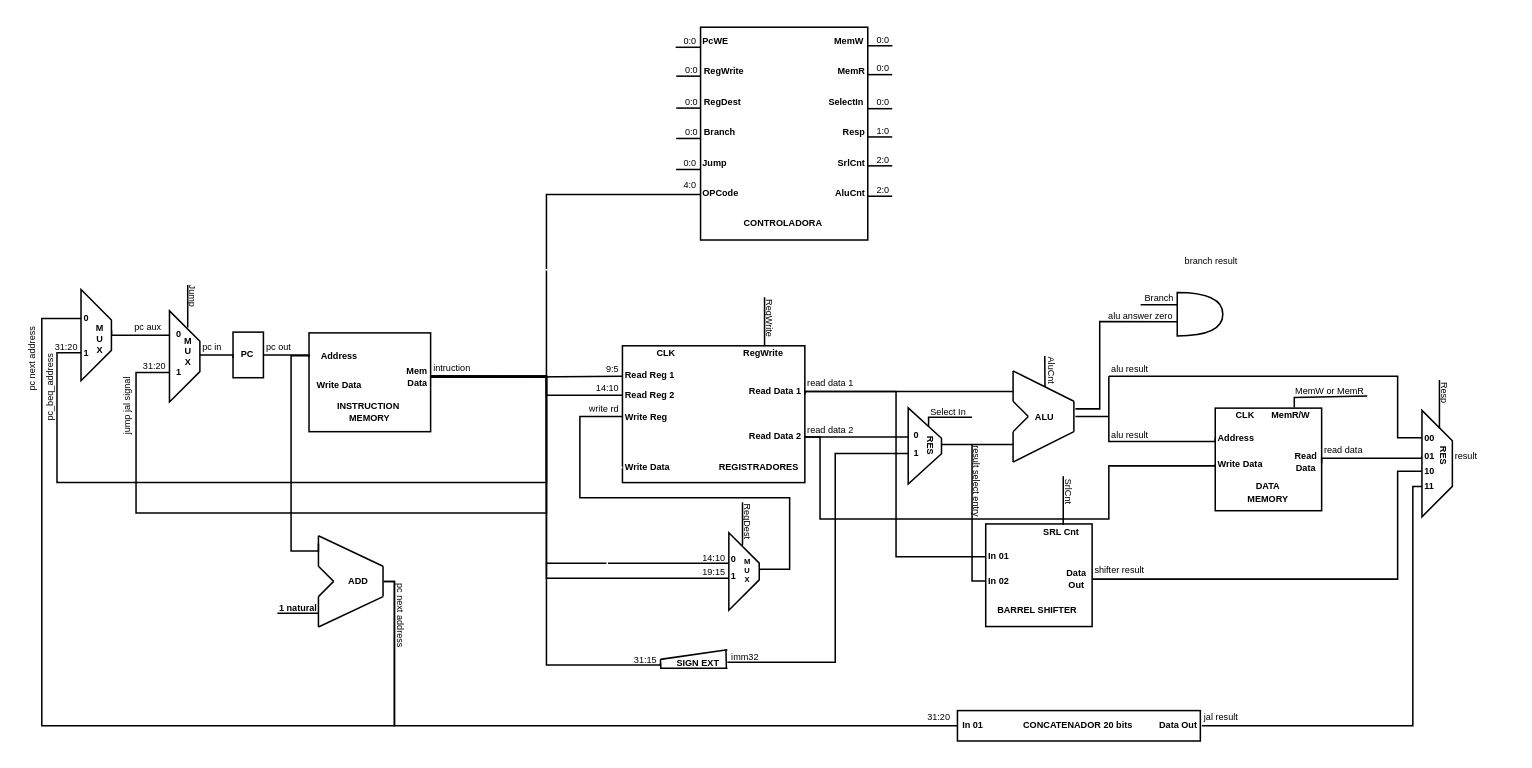
RodolfoLessa/risc-v_basead_CPU keeps this draw.io diagram as Processador Ciclo Unico/Data Path.drawio. Above is the earlier version. Source tidied: cells renumbered, new cells numbered last; positions are measured from the earlier drawing's top-left corner, leaving out a move shared by most shapes. Both pictures are drawn from the tidied source at 152%, with x=0, y=0 at pixel (-8, 26).
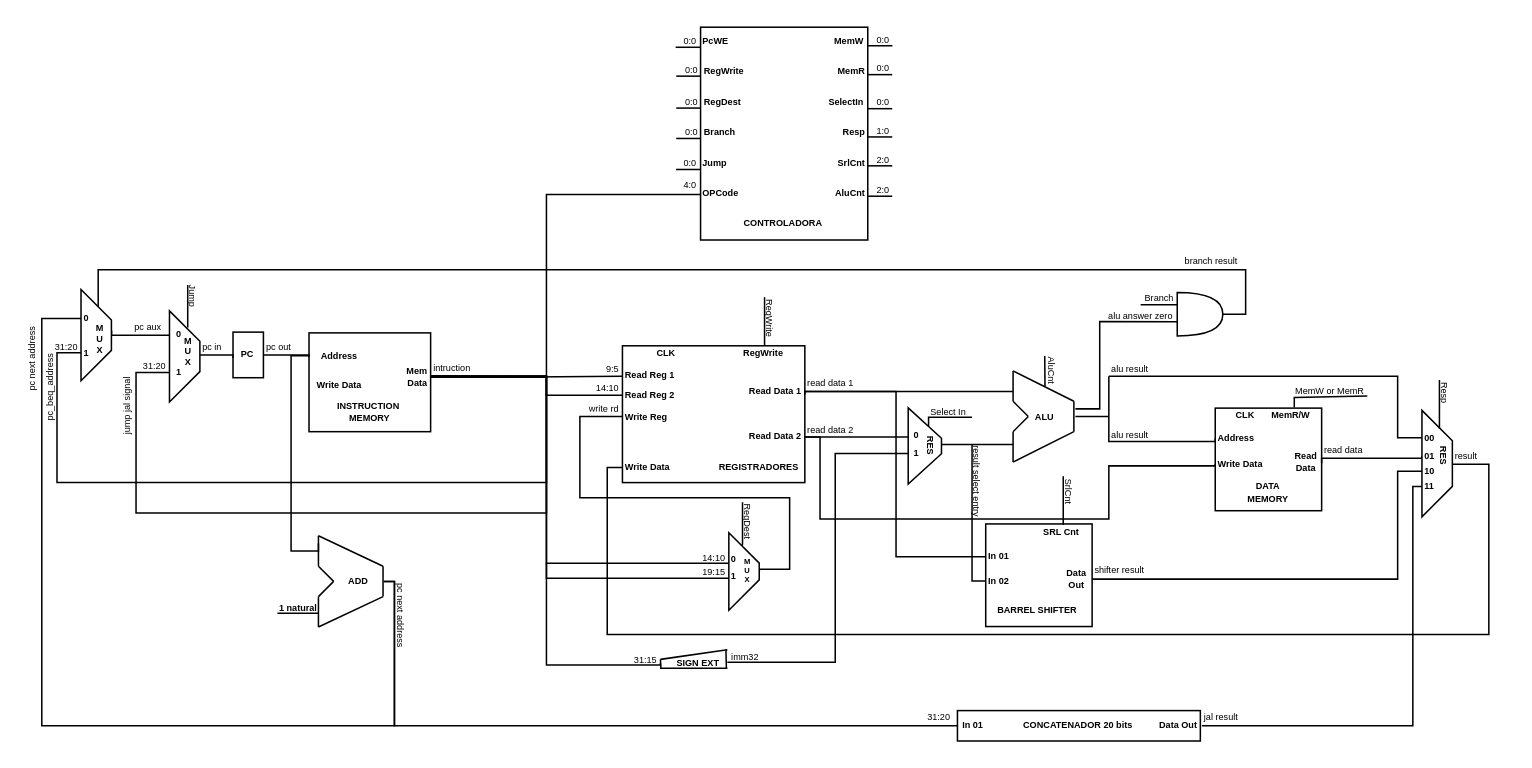
After the change.

Unchanged cells that the change refers to:
```xml
<mxCell id="5" value="Write Data" style="text;html=1;strokeColor=none;fillColor=none;align=left;verticalAlign=middle;whiteSpace=wrap;rounded=0;fontSize=6;fontStyle=1;" parent="1" vertex="1">
  <mxGeometry x="414" y="280" width="50" height="20" as="geometry" />
</mxCell>
<mxCell id="58" style="shape=or;whiteSpace=wrap;html=1;" parent="1" vertex="1">
  <mxGeometry x="779" y="175" width="30" height="28.5" as="geometry" />
</mxCell>
<mxCell id="71" value="0" style="text;html=1;strokeColor=none;fillColor=none;align=left;verticalAlign=middle;whiteSpace=wrap;rounded=0;fontSize=6;fontStyle=1;rotation=0;" parent="68" vertex="1">
  <mxGeometry x="0.2" y="11.5" width="14.8" height="15.5" as="geometry" />
</mxCell>
```

Diff of the diagram source:
```diff
@@
-    <mxCell id="32" style="edgeStyle=orthogonalEdgeStyle;shape=connector;rounded=0;jettySize=auto;html=1;entryX=0;entryY=0.5;entryDx=0;entryDy=0;labelBackgroundColor=default;strokeColor=#FFFFFF;fontFamily=Helvetica;fontSize=11;fontColor=default;endArrow=none;endFill=0;fillColor=#f8cecc;" parent="1" edge="1" target="5">
+    <mxCell id="32" style="edgeStyle=orthogonalEdgeStyle;shape=connector;rounded=0;jettySize=auto;html=1;entryX=0;entryY=0.5;entryDx=0;entryDy=0;labelBackgroundColor=default;strokeColor=#000000;fontFamily=Helvetica;fontSize=11;fontColor=default;endArrow=none;endFill=0;fillColor=#f8cecc;" parent="1" edge="1" target="5">
       <mxGeometry relative="1" as="geometry">
         <mxPoint x="960" y="288" as="sourcePoint" />
         <Array as="points">
           <mxPoint x="984" y="288" />
           <mxPoint x="984" y="400" />
           <mxPoint x="404" y="400" />
           <mxPoint x="404" y="290" />
         </Array>
       </mxGeometry>
     </mxCell>
@@
-    <mxCell id="57" style="edgeStyle=orthogonalEdgeStyle;shape=connector;rounded=0;jettySize=auto;html=1;entryX=0.75;entryY=0;entryDx=0;entryDy=0;labelBackgroundColor=default;strokeColor=#FFFFFF;fontFamily=Helvetica;fontSize=11;fontColor=default;endArrow=none;endFill=0;exitX=1;exitY=0.5;exitDx=0;exitDy=0;exitPerimeter=0;fillColor=#ffe6cc;" parent="1" edge="1" source="58" target="71">
+    <mxCell id="57" style="edgeStyle=orthogonalEdgeStyle;shape=connector;rounded=0;jettySize=auto;html=1;entryX=0.75;entryY=0;entryDx=0;entryDy=0;labelBackgroundColor=default;strokeColor=#000000;fontFamily=Helvetica;fontSize=11;fontColor=default;endArrow=none;endFill=0;exitX=1;exitY=0.5;exitDx=0;exitDy=0;exitPerimeter=0;fillColor=#ffe6cc;" parent="1" edge="1" source="58" target="71">
       <mxGeometry relative="1" as="geometry">
         <Array as="points">
           <mxPoint x="824" y="189" />
           <mxPoint x="824" y="160" />
           <mxPoint x="69" y="160" />
         </Array>
       </mxGeometry>
     </mxCell>
```
